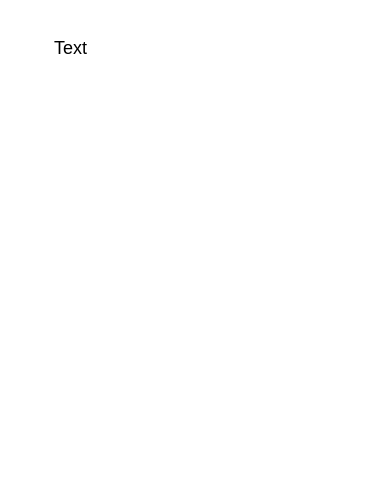
KienQuocVn/Shopfy keeps this draw.io diagram as Shofy.drawio. Above is the earlier version. Source tidied: cells renumbered, new cells numbered last; positions are measured from the earlier drawing's top-left corner, leaving out a move shared by most shapes. Both pictures are drawn from the tidied source at 150%, with x=0, y=0 at pixel (26, 26).
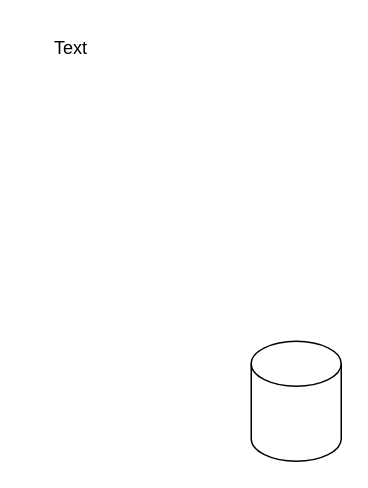
The same page after the edit.

Commit message:
Cập nhật Shofy.drawio

Change to the diagram source:
```diff
@@
 <mxGraphModel>
   <root>
     <mxCell id="0" />
     <mxCell id="1" parent="0" />
     <mxCell id="2" value="Text" style="text;html=1;align=center;verticalAlign=middle;whiteSpace=wrap;rounded=0;" parent="1" vertex="1">
       <mxGeometry width="60" height="30" as="geometry" />
     </mxCell>
+    <mxCell id="3" style="shape=cylinder3;whiteSpace=wrap;html=1;boundedLbl=1;backgroundOutline=1;size=15;" parent="1" vertex="1">
+      <mxGeometry x="150" y="210" width="60" height="80" as="geometry" />
+    </mxCell>
   </root>
 </mxGraphModel>
```
